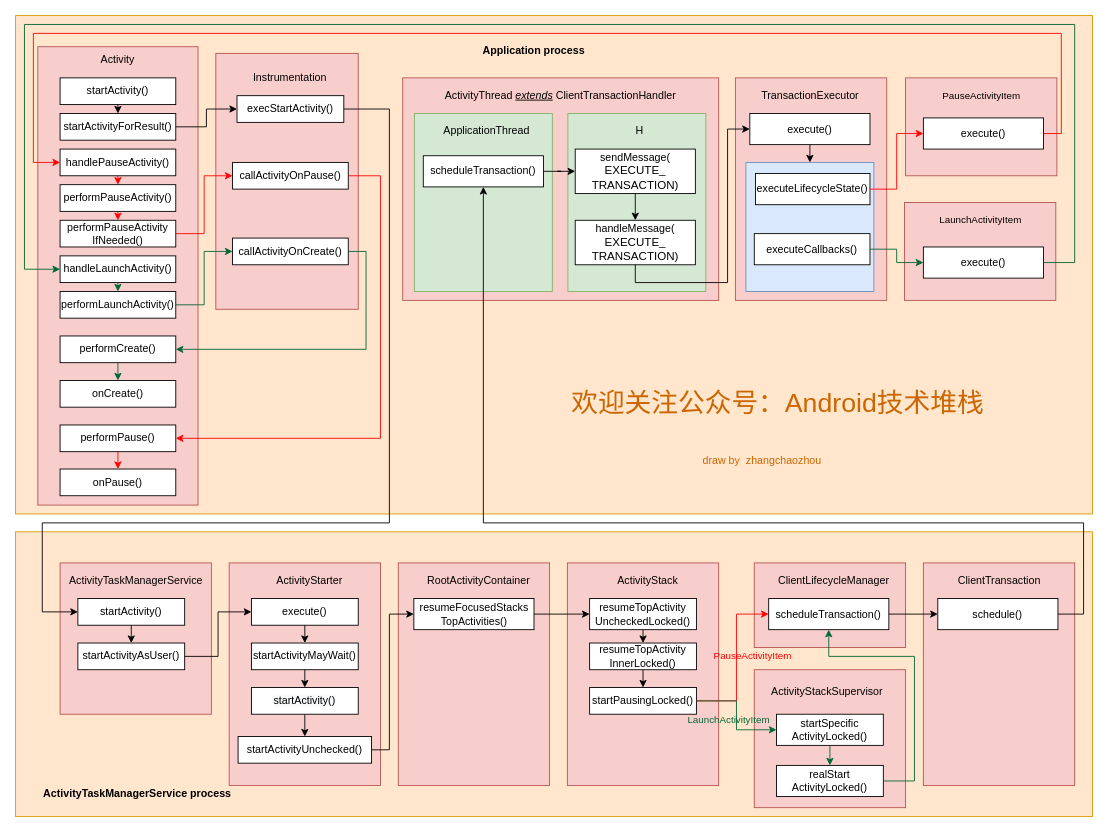
Above: page "Page-1" (1 of 2) of Android/StartActivity.drawio in chaozhouzhang/learning-summary (draw.io), before the change. Source tidied: cells renumbered, new cells numbered last; positions are measured from the earlier drawing's top-left corner, leaving out a move shared by most shapes. Both pictures are drawn from the tidied source at 89%, with x=0, y=0 at pixel (15, 15).
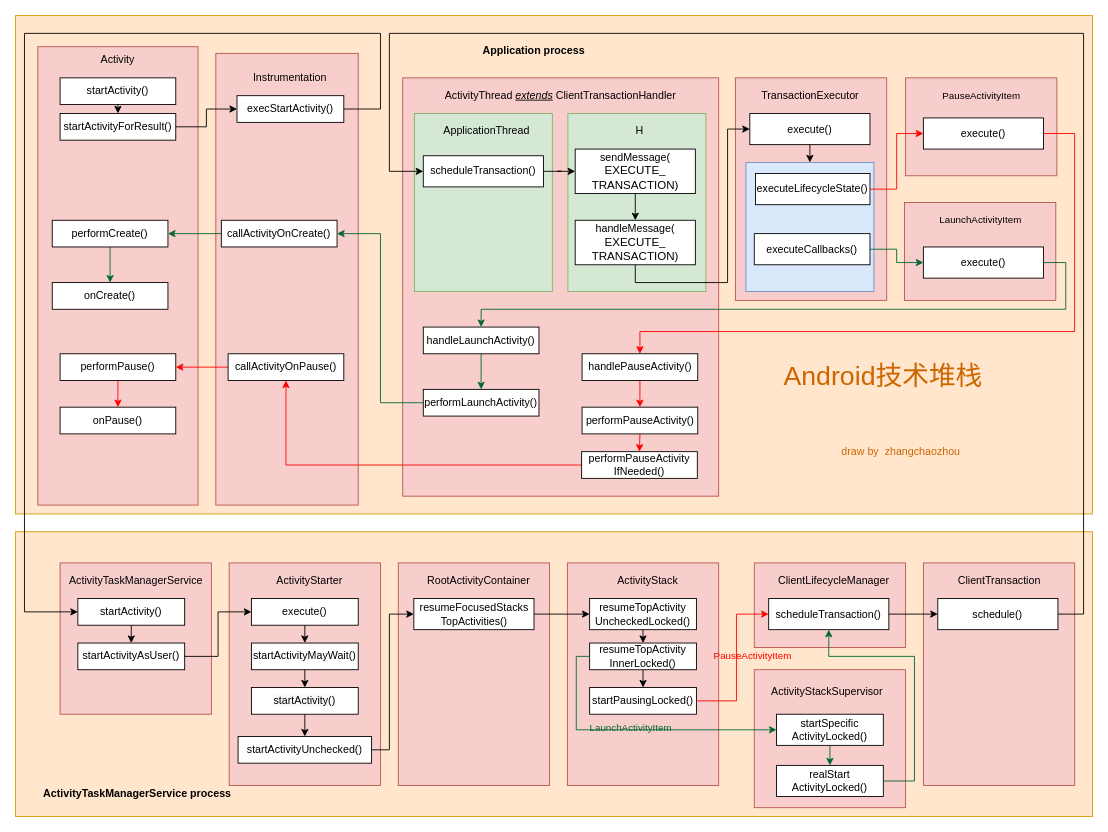
After the change.

The change refers to these unchanged cells:
```xml
<mxCell id="8" value="startActivity()" style="rounded=0;whiteSpace=wrap;html=1;" parent="1" vertex="1">
  <mxGeometry x="70" y="655" width="120" height="30" as="geometry" />
</mxCell>
<mxCell id="31" value="resumeTopActivity&lt;br&gt;InnerLocked()" style="rounded=0;whiteSpace=wrap;html=1;" parent="1" vertex="1">
  <mxGeometry x="645" y="705" width="120" height="30" as="geometry" />
</mxCell>
<mxCell id="32" value="startPausingLocked()" style="rounded=0;whiteSpace=wrap;html=1;" parent="1" vertex="1">
  <mxGeometry x="645" y="755" width="120" height="30" as="geometry" />
</mxCell>
<mxCell id="41" value="schedule()" style="rounded=0;whiteSpace=wrap;html=1;" parent="1" vertex="1">
  <mxGeometry x="1036.2" y="655" width="135" height="35" as="geometry" />
</mxCell>
<mxCell id="46" value="scheduleTransaction()" style="rounded=0;whiteSpace=wrap;html=1;" parent="1" vertex="1">
  <mxGeometry x="458.1" y="157.5" width="135" height="35" as="geometry" />
</mxCell>
<mxCell id="69" value="startSpecific&lt;br&gt;ActivityLocked()" style="rounded=0;whiteSpace=wrap;html=1;" parent="1" vertex="1">
  <mxGeometry x="855" y="785" width="120" height="35" as="geometry" />
</mxCell>
<mxCell id="74" value="execute()" style="rounded=0;whiteSpace=wrap;html=1;" parent="1" vertex="1">
  <mxGeometry x="1020" y="115" width="135" height="35" as="geometry" />
</mxCell>
<mxCell id="75" value="execute()" style="rounded=0;whiteSpace=wrap;html=1;" parent="1" vertex="1">
  <mxGeometry x="1020" y="260" width="135" height="35" as="geometry" />
</mxCell>
<mxCell id="87" value="execStartActivity()" style="rounded=0;whiteSpace=wrap;html=1;" parent="1" vertex="1">
  <mxGeometry x="248.8" y="90" width="120" height="30" as="geometry" />
</mxCell>
```

Diff of the diagram source:
```diff
@@
     <mxCell id="43" style="rounded=0;whiteSpace=wrap;html=1;fillColor=#f8cecc;strokeColor=#b85450;" parent="1" vertex="1">
-      <mxGeometry x="435" y="70" width="355" height="250" as="geometry" />
+      <mxGeometry x="435" y="70" width="355" height="470" as="geometry" />
     </mxCell>
@@
-    <mxCell id="48" style="edgeStyle=orthogonalEdgeStyle;rounded=0;comic=0;jumpStyle=arc;jettySize=auto;html=1;exitX=1;exitY=0.5;exitDx=0;exitDy=0;entryX=0.5;entryY=1;entryDx=0;entryDy=0;" parent="1" edge="1" source="41" target="46">
+    <mxCell id="48" style="edgeStyle=orthogonalEdgeStyle;rounded=0;comic=0;jumpStyle=arc;jettySize=auto;html=1;exitX=1;exitY=0.5;exitDx=0;exitDy=0;entryX=0;entryY=0.5;entryDx=0;entryDy=0;" parent="1" edge="1" source="41" target="46">
       <mxGeometry relative="1" as="geometry">
         <Array as="points">
-          <mxPoint x="1200" y="673" />
-          <mxPoint x="1200" y="570" />
-          <mxPoint x="526" y="570" />
+          <mxPoint x="1200" y="672" />
+          <mxPoint x="1200" y="20" />
+          <mxPoint x="420" y="20" />
+          <mxPoint x="420" y="175" />
         </Array>
       </mxGeometry>
     </mxCell>
@@
     <mxCell id="65" value="draw by&amp;nbsp; zhangchaozhou" style="text;html=1;strokeColor=none;fillColor=none;align=center;verticalAlign=middle;whiteSpace=wrap;rounded=0;labelBackgroundColor=none;fontColor=#CC6600;" parent="1" vertex="1">
-      <mxGeometry x="763.8" y="489.5" width="150" height="20" as="geometry" />
+      <mxGeometry x="920" y="480" width="150" height="20" as="geometry" />
     </mxCell>
@@
-    <mxCell id="72" style="edgeStyle=orthogonalEdgeStyle;rounded=0;comic=0;jumpStyle=arc;jettySize=auto;html=1;exitX=1;exitY=0.5;exitDx=0;exitDy=0;entryX=0;entryY=0.5;entryDx=0;entryDy=0;strokeColor=#006633;fontColor=#000000;" parent="1" edge="1" source="32" target="69">
-      <mxGeometry relative="1" as="geometry" />
+    <mxCell id="72" style="edgeStyle=orthogonalEdgeStyle;rounded=0;comic=0;jumpStyle=arc;jettySize=auto;html=1;exitX=0;exitY=0.5;exitDx=0;exitDy=0;entryX=0;entryY=0.5;entryDx=0;entryDy=0;strokeColor=#006633;fontColor=#000000;" parent="1" edge="1" source="31" target="69">
+      <mxGeometry relative="1" as="geometry">
+        <Array as="points">
+          <mxPoint x="630" y="720" />
+          <mxPoint x="630" y="802" />
+        </Array>
+      </mxGeometry>
     </mxCell>
@@
     <mxCell id="81" style="rounded=0;whiteSpace=wrap;html=1;labelBackgroundColor=none;strokeColor=#b85450;fillColor=#f8cecc;" parent="1" vertex="1">
-      <mxGeometry x="225" y="42.5" width="160" height="287.5" as="geometry" />
+      <mxGeometry x="225" y="42.5" width="160" height="507.5" as="geometry" />
     </mxCell>
@@
     <mxCell id="89" style="edgeStyle=orthogonalEdgeStyle;rounded=0;comic=0;jumpStyle=arc;jettySize=auto;html=1;exitX=1;exitY=0.5;exitDx=0;exitDy=0;entryX=0;entryY=0.5;entryDx=0;entryDy=0;" parent="1" edge="1" source="87" target="8">
       <mxGeometry relative="1" as="geometry">
         <Array as="points">
-          <mxPoint x="420" y="105" />
-          <mxPoint x="420" y="570" />
-          <mxPoint x="30" y="570" />
-          <mxPoint x="30" y="670" />
+          <mxPoint x="410" y="105" />
+          <mxPoint x="410" y="20" />
+          <mxPoint x="10" y="20" />
+          <mxPoint x="10" y="670" />
         </Array>
       </mxGeometry>
     </mxCell>
@@
     <mxCell id="91" value="performPauseActivity()" style="rounded=0;whiteSpace=wrap;html=1;" parent="1" vertex="1">
-      <mxGeometry x="50" y="190" width="130" height="30" as="geometry" />
+      <mxGeometry x="636.5" y="440" width="130" height="30" as="geometry" />
     </mxCell>
-    <mxCell id="92" style="edgeStyle=orthogonalEdgeStyle;rounded=0;comic=0;jumpStyle=arc;jettySize=auto;html=1;exitX=1;exitY=0.5;exitDx=0;exitDy=0;entryX=0;entryY=0.5;entryDx=0;entryDy=0;strokeColor=#FF0000;fontColor=#00CC66;" parent="1" edge="1" source="93" target="101">
-      <mxGeometry relative="1" as="geometry" />
+    <mxCell id="92" style="edgeStyle=orthogonalEdgeStyle;rounded=0;comic=0;jumpStyle=arc;jettySize=auto;html=1;exitX=0;exitY=0.5;exitDx=0;exitDy=0;entryX=0.5;entryY=1;entryDx=0;entryDy=0;strokeColor=#FF0000;fontColor=#00CC66;" parent="1" edge="1" source="93" target="101">
+      <mxGeometry relative="1" as="geometry">
+        <Array as="points">
+          <mxPoint x="304" y="505" />
+        </Array>
+      </mxGeometry>
     </mxCell>
     <mxCell id="93" value="performPauseActivity&lt;br&gt;IfNeeded()" style="rounded=0;whiteSpace=wrap;html=1;" parent="1" vertex="1">
-      <mxGeometry x="50" y="230" width="130" height="30" as="geometry" />
+      <mxGeometry x="636" y="490" width="130" height="30" as="geometry" />
     </mxCell>
@@
     <mxCell id="95" value="handleLaunchActivity()" style="rounded=0;whiteSpace=wrap;html=1;" parent="1" vertex="1">
-      <mxGeometry x="50" y="270" width="130" height="30" as="geometry" />
+      <mxGeometry x="458.1" y="350" width="130" height="30" as="geometry" />
     </mxCell>
@@
     <mxCell id="97" value="handlePauseActivity()" style="rounded=0;whiteSpace=wrap;html=1;" parent="1" vertex="1">
-      <mxGeometry x="50" y="150" width="130" height="30" as="geometry" />
+      <mxGeometry x="636.5" y="380" width="130" height="30" as="geometry" />
     </mxCell>
-    <mxCell id="98" style="edgeStyle=orthogonalEdgeStyle;rounded=0;comic=0;jumpStyle=arc;jettySize=auto;html=1;exitX=1;exitY=0.5;exitDx=0;exitDy=0;entryX=0;entryY=0.5;entryDx=0;entryDy=0;strokeColor=#006633;fontColor=#00CC66;" parent="1" edge="1" source="99" target="103">
-      <mxGeometry relative="1" as="geometry" />
+    <mxCell id="98" style="edgeStyle=orthogonalEdgeStyle;rounded=0;comic=0;jumpStyle=arc;jettySize=auto;html=1;exitX=0;exitY=0.5;exitDx=0;exitDy=0;entryX=1;entryY=0.5;entryDx=0;entryDy=0;strokeColor=#006633;fontColor=#00CC66;" parent="1" edge="1" source="99" target="103">
+      <mxGeometry relative="1" as="geometry">
+        <Array as="points">
+          <mxPoint x="410" y="435" />
+          <mxPoint x="410" y="245" />
+        </Array>
+      </mxGeometry>
     </mxCell>
     <mxCell id="99" value="performLaunchActivity()" style="rounded=0;whiteSpace=wrap;html=1;" parent="1" vertex="1">
-      <mxGeometry x="50" y="310" width="130" height="30" as="geometry" />
+      <mxGeometry x="458.1" y="420" width="130" height="30" as="geometry" />
     </mxCell>
-    <mxCell id="100" style="edgeStyle=orthogonalEdgeStyle;rounded=0;comic=0;jumpStyle=arc;jettySize=auto;html=1;exitX=1;exitY=0.5;exitDx=0;exitDy=0;entryX=1;entryY=0.5;entryDx=0;entryDy=0;strokeColor=#FF0000;fontColor=#00CC66;" parent="1" edge="1" source="101" target="110">
+    <mxCell id="100" style="edgeStyle=orthogonalEdgeStyle;rounded=0;comic=0;jumpStyle=arc;jettySize=auto;html=1;entryX=1;entryY=0.5;entryDx=0;entryDy=0;strokeColor=#FF0000;fontColor=#00CC66;exitX=0;exitY=0.5;exitDx=0;exitDy=0;" parent="1" edge="1" source="101" target="110">
       <mxGeometry relative="1" as="geometry">
         <Array as="points">
-          <mxPoint x="410" y="180" />
-          <mxPoint x="410" y="475" />
+          <mxPoint x="180" y="395" />
+          <mxPoint x="180" y="395" />
         </Array>
       </mxGeometry>
     </mxCell>
     <mxCell id="101" value="callActivityOnPause()" style="rounded=0;whiteSpace=wrap;html=1;" parent="1" vertex="1">
-      <mxGeometry x="243.8" y="165" width="130" height="30" as="geometry" />
+      <mxGeometry x="238.8" y="380" width="130" height="30" as="geometry" />
     </mxCell>
-    <mxCell id="102" style="edgeStyle=orthogonalEdgeStyle;rounded=0;comic=0;jumpStyle=arc;jettySize=auto;html=1;exitX=1;exitY=0.5;exitDx=0;exitDy=0;entryX=1;entryY=0.5;entryDx=0;entryDy=0;strokeColor=#006633;fontColor=#00CC66;" parent="1" edge="1" source="103" target="107">
-      <mxGeometry relative="1" as="geometry" />
+    <mxCell id="102" style="edgeStyle=orthogonalEdgeStyle;rounded=0;comic=0;jumpStyle=arc;jettySize=auto;html=1;exitX=0;exitY=0.5;exitDx=0;exitDy=0;entryX=1;entryY=0.5;entryDx=0;entryDy=0;strokeColor=#006633;fontColor=#00CC66;" parent="1" edge="1" source="103" target="107">
+      <mxGeometry relative="1" as="geometry">
+        <Array as="points">
+          <mxPoint x="200" y="245" />
+          <mxPoint x="200" y="245" />
+        </Array>
+      </mxGeometry>
     </mxCell>
     <mxCell id="103" value="callActivityOnCreate()" style="rounded=0;whiteSpace=wrap;html=1;" parent="1" vertex="1">
-      <mxGeometry x="243.8" y="250" width="130" height="30" as="geometry" />
+      <mxGeometry x="231.2" y="230" width="130" height="30" as="geometry" />
     </mxCell>
-    <mxCell id="104" style="edgeStyle=orthogonalEdgeStyle;rounded=0;comic=0;jumpStyle=arc;jettySize=auto;html=1;exitX=1;exitY=0.5;exitDx=0;exitDy=0;entryX=0;entryY=0.5;entryDx=0;entryDy=0;strokeColor=#FF0000;fontColor=#000000;" parent="1" edge="1" source="74" target="97">
+    <mxCell id="104" style="edgeStyle=orthogonalEdgeStyle;rounded=0;comic=0;jumpStyle=arc;jettySize=auto;html=1;exitX=1;exitY=0.5;exitDx=0;exitDy=0;strokeColor=#FF0000;fontColor=#000000;entryX=0.5;entryY=0;entryDx=0;entryDy=0;" parent="1" edge="1" source="74" target="97">
       <mxGeometry relative="1" as="geometry">
         <Array as="points">
-          <mxPoint x="1175" y="133" />
-          <mxPoint x="1175" y="20" />
-          <mxPoint x="20" y="20" />
-          <mxPoint x="20" y="165" />
+          <mxPoint x="1190" y="133" />
+          <mxPoint x="1190" y="355" />
+          <mxPoint x="702" y="355" />
         </Array>
       </mxGeometry>
     </mxCell>
-    <mxCell id="105" style="edgeStyle=orthogonalEdgeStyle;rounded=0;comic=0;jumpStyle=arc;jettySize=auto;html=1;exitX=1;exitY=0.5;exitDx=0;exitDy=0;entryX=0;entryY=0.5;entryDx=0;entryDy=0;strokeColor=#006633;fontColor=#006633;" parent="1" edge="1" source="75" target="95">
+    <mxCell id="105" style="edgeStyle=orthogonalEdgeStyle;rounded=0;comic=0;jumpStyle=arc;jettySize=auto;html=1;exitX=1;exitY=0.5;exitDx=0;exitDy=0;entryX=0.5;entryY=0;entryDx=0;entryDy=0;strokeColor=#006633;fontColor=#006633;" parent="1" edge="1" source="75" target="95">
       <mxGeometry relative="1" as="geometry">
         <Array as="points">
-          <mxPoint x="1190" y="278" />
-          <mxPoint x="1190" y="10" />
-          <mxPoint x="10" y="10" />
-          <mxPoint x="10" y="285" />
+          <mxPoint x="1180" y="278" />
+          <mxPoint x="1180" y="330" />
+          <mxPoint x="523" y="330" />
         </Array>
       </mxGeometry>
     </mxCell>
@@
     <mxCell id="107" value="performCreate()" style="rounded=0;whiteSpace=wrap;html=1;" parent="1" vertex="1">
-      <mxGeometry x="50" y="360" width="130" height="30" as="geometry" />
+      <mxGeometry x="41.2" y="230" width="130" height="30" as="geometry" />
     </mxCell>
     <mxCell id="108" value="onCreate()" style="rounded=0;whiteSpace=wrap;html=1;" parent="1" vertex="1">
-      <mxGeometry x="50" y="410" width="130" height="30" as="geometry" />
+      <mxGeometry x="41.2" y="300" width="130" height="30" as="geometry" />
     </mxCell>
@@
     <mxCell id="110" value="performPause()" style="rounded=0;whiteSpace=wrap;html=1;" parent="1" vertex="1">
-      <mxGeometry x="50" y="460" width="130" height="30" as="geometry" />
+      <mxGeometry x="50" y="380" width="130" height="30" as="geometry" />
     </mxCell>
     <mxCell id="111" value="onPause()" style="rounded=0;whiteSpace=wrap;html=1;" parent="1" vertex="1">
-      <mxGeometry x="50" y="509.5" width="130" height="30" as="geometry" />
+      <mxGeometry x="50" y="440" width="130" height="30" as="geometry" />
     </mxCell>
-    <mxCell id="112" value="&lt;font style=&quot;font-size: 30px&quot;&gt;欢迎关注公众号：Android技术堆栈&lt;/font&gt;" style="text;html=1;strokeColor=none;fillColor=none;align=center;verticalAlign=middle;whiteSpace=wrap;rounded=0;labelBackgroundColor=none;fontColor=#CC6600;" parent="1" vertex="1">
-      <mxGeometry x="593.1" y="400" width="526.9" height="70" as="geometry" />
+    <mxCell id="112" value="&lt;font style=&quot;font-size: 30px&quot;&gt;Android技术堆栈&lt;/font&gt;" style="text;html=1;strokeColor=none;fillColor=none;align=center;verticalAlign=middle;whiteSpace=wrap;rounded=0;labelBackgroundColor=none;fontColor=#CC6600;" parent="1" vertex="1">
+      <mxGeometry x="851.8" y="370" width="246" height="70" as="geometry" />
     </mxCell>
```
